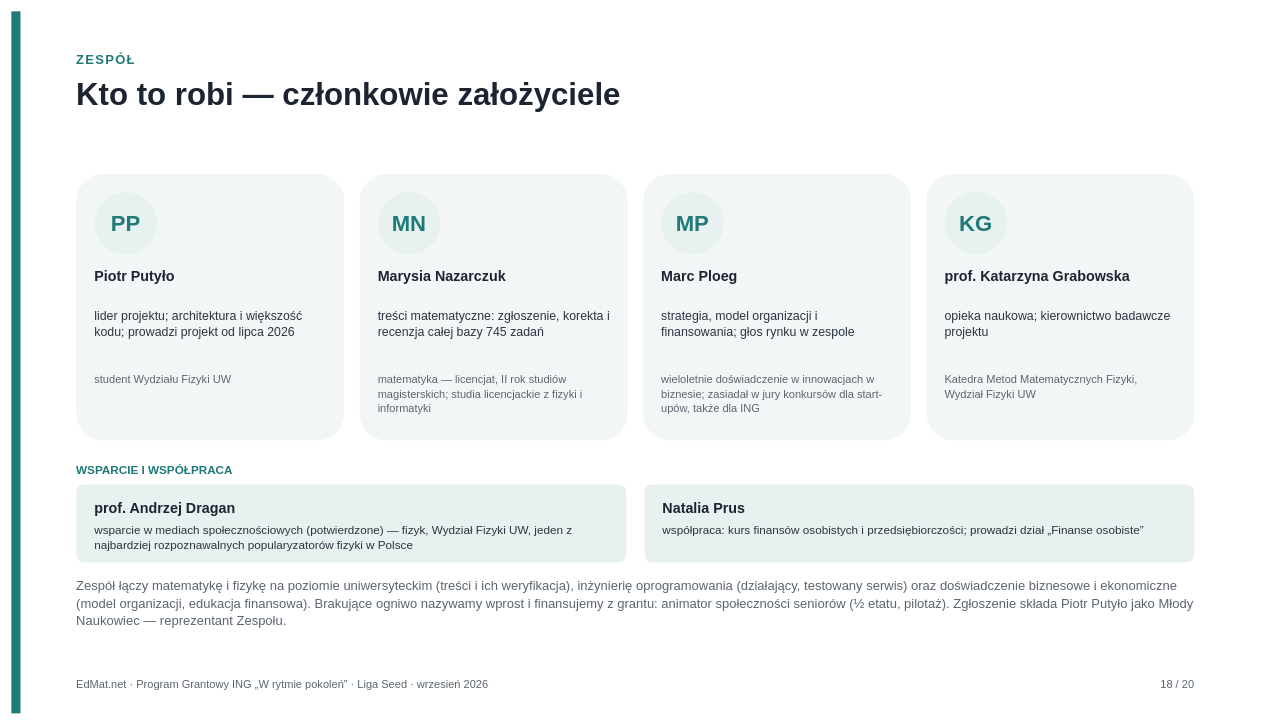
Earlier version of the draw.io diagram page "16 Zespół" (18 of 20) of grant/ING-2026/EdMat-ING-2026.drawio (tryingtodosth/edmat). Source tidied: cells renumbered, new cells numbered last; positions are measured from the earlier drawing's top-left corner, leaving out a move shared by most shapes. Both pictures are drawn from the tidied source at 65%, with x=0, y=0 at pixel (11, 11).
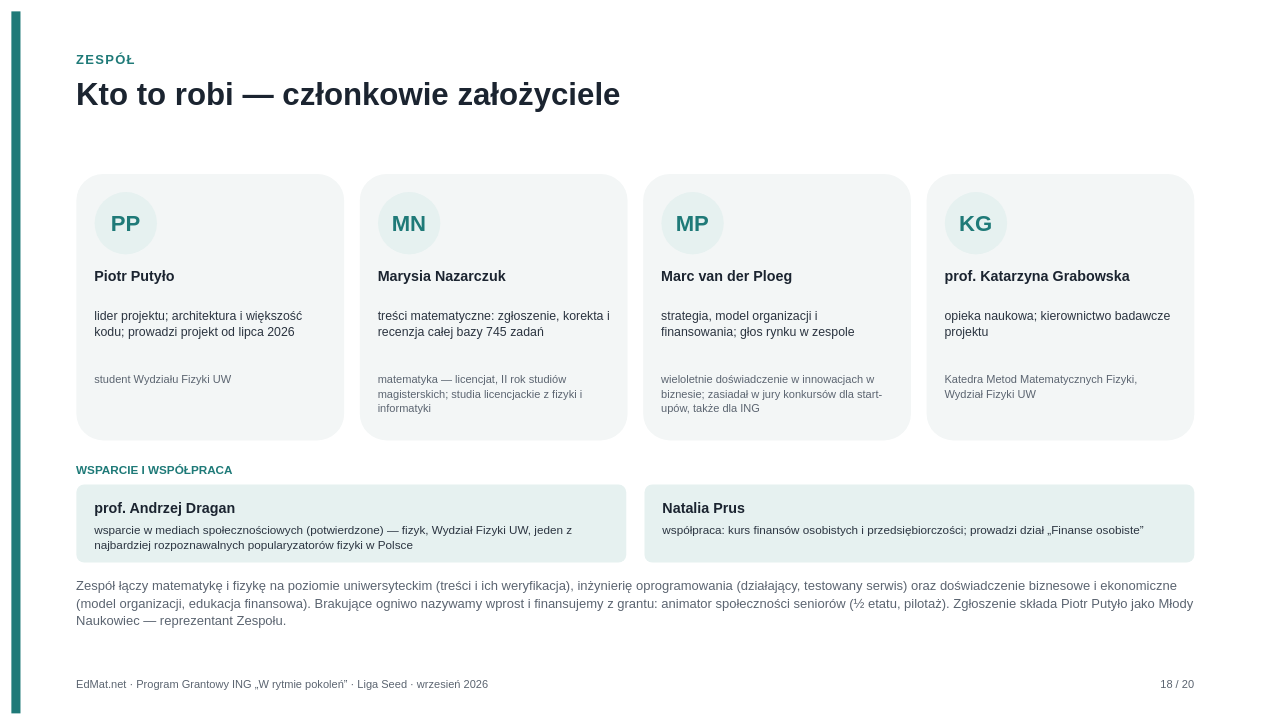
After the change.

The edit, as a diff of the source:
```diff
@@
-    <mxCell id="18" value="&lt;div style=&quot;line-height:1.15&quot;&gt;&lt;b&gt;Marc Ploeg&lt;/b&gt;&lt;/div&gt;" style="text;html=1;strokeColor=none;fillColor=none;align=left;verticalAlign=top;whiteSpace=wrap;overflow=visible;fontFamily=Helvetica;fontSize=22;fontColor=#1B2430;fontStyle=0;spacing=0;spacingTop=0;spacingLeft=0;spacingRight=0;spacingBottom=0;" parent="1" vertex="1">
+    <mxCell id="18" value="&lt;div style=&quot;line-height:1.15&quot;&gt;&lt;b&gt;Marc van der Ploeg&lt;/b&gt;&lt;/div&gt;" style="text;html=1;strokeColor=none;fillColor=none;align=left;verticalAlign=top;whiteSpace=wrap;overflow=visible;fontFamily=Helvetica;fontSize=22;fontColor=#1B2430;fontStyle=0;spacing=0;spacingTop=0;spacingLeft=0;spacingRight=0;spacingBottom=0;" parent="1" vertex="1">
       <mxGeometry x="1000" y="390" width="356" height="64" as="geometry" />
     </mxCell>
```
